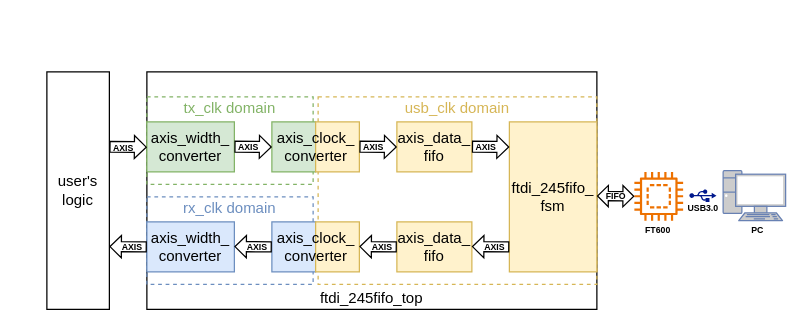
This is page "USB" (2 of 2) of flow_chart/框图.drawio from hjh0920/vscode_web, a draw.io file, before an edit. Source tidied: cells renumbered, new cells numbered last; positions are measured from the earlier drawing's top-left corner, leaving out a move shared by most shapes. Both pictures are drawn from the tidied source at 125%, with x=0, y=0 at pixel (46, 71).
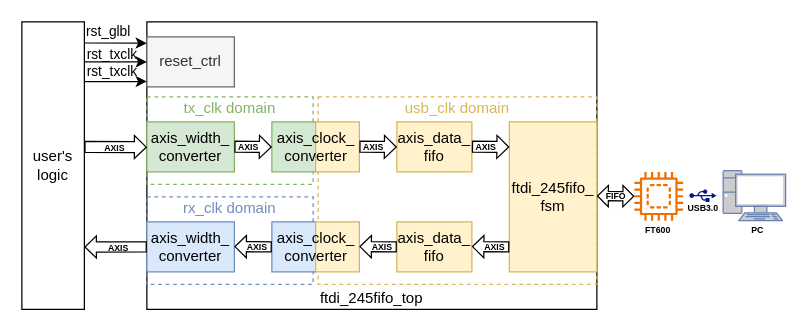
Above is the later version.

The change refers to these unchanged cells:
```xml
<mxCell id="7" value="axis_width_&lt;div&gt;converter&lt;/div&gt;" style="rounded=0;whiteSpace=wrap;html=1;fillColor=#dae8fc;strokeColor=#6c8ebf;" parent="1" vertex="1">
  <mxGeometry x="80" y="120" width="70" height="40" as="geometry" />
</mxCell>
```

Change to the diagram source:
```diff
@@
     <mxCell id="2" value="ftdi_245fifo_top" style="rounded=0;whiteSpace=wrap;html=1;fillColor=none;align=center;verticalAlign=bottom;fontSize=12;spacingTop=-5;" parent="1" vertex="1">
-      <mxGeometry x="80" width="360" height="190" as="geometry" />
+      <mxGeometry x="80" y="-40" width="360" height="230" as="geometry" />
     </mxCell>
@@
     <mxCell id="11" value="user's logic" style="rounded=0;whiteSpace=wrap;html=1;" parent="1" vertex="1">
-      <mxGeometry width="50" height="190" as="geometry" />
+      <mxGeometry x="-20" y="-40" width="50" height="230" as="geometry" />
     </mxCell>
@@
     <mxCell id="23" style="shape=flexArrow;endArrow=classic;html=1;rounded=0;endWidth=8.702222222222222;endSize=2.8285714285714287;width=8.70748299319728;" parent="1" edge="1">
       <mxGeometry relative="1" as="geometry">
-        <mxPoint x="50" y="59.9" as="sourcePoint" />
+        <mxPoint x="30" y="60" as="sourcePoint" />
         <mxPoint x="80" y="60.2" as="targetPoint" />
       </mxGeometry>
     </mxCell>
     <mxCell id="24" value="AXIS" style="edgeLabel;html=1;align=center;verticalAlign=middle;fontSize=7;labelBackgroundColor=none;fontStyle=1;" parent="23" vertex="1">
-      <mxGeometry x="-0.24" y="-1" relative="1" as="geometry" />
+      <mxGeometry x="-0.24" y="-1" relative="1" as="geometry">
+        <mxPoint x="5" as="offset" />
+      </mxGeometry>
     </mxCell>
-    <mxCell id="25" style="shape=flexArrow;endArrow=classic;html=1;rounded=0;endWidth=8.702222222222222;endSize=2.7045454545454546;width=8.068181818181818;exitX=0;exitY=0.5;exitDx=0;exitDy=0;" parent="1" edge="1" source="7">
-      <mxGeometry relative="1" as="geometry">
-        <mxPoint x="50" y="139.8" as="targetPoint" />
-      </mxGeometry>
+    <mxCell id="25" style="shape=flexArrow;endArrow=classic;html=1;rounded=0;endWidth=8.702222222222222;endSize=2.7045454545454546;width=8.068181818181818;exitX=0;exitY=0.5;exitDx=0;exitDy=0;entryX=1;entryY=0.783;entryDx=0;entryDy=0;entryPerimeter=0;" parent="1" edge="1" source="7" target="11">
+      <mxGeometry relative="1" as="geometry" />
     </mxCell>
     <mxCell id="26" value="AXIS" style="edgeLabel;html=1;align=center;verticalAlign=middle;fontSize=7;labelBackgroundColor=none;fontStyle=1;" parent="25" vertex="1">
       <mxGeometry x="0.04" y="1" relative="1" as="geometry">
-        <mxPoint x="4" as="offset" />
+        <mxPoint x="2" as="offset" />
       </mxGeometry>
     </mxCell>
@@
+    <mxCell id="44" value="&lt;div&gt;reset_ctrl&lt;/div&gt;" style="rounded=0;whiteSpace=wrap;html=1;fillColor=#f5f5f5;fontColor=#333333;strokeColor=#666666;" parent="1" vertex="1">
+      <mxGeometry x="80" y="-28" width="70" height="40" as="geometry" />
+    </mxCell>
+    <mxCell id="45" style="endArrow=classic;html=1;rounded=0;entryX=0;entryY=0.5;entryDx=0;entryDy=0;exitX=0.995;exitY=0.13;exitDx=0;exitDy=0;exitPerimeter=0;" parent="1" edge="1">
+      <mxGeometry relative="1" as="geometry">
+        <mxPoint x="29.8" y="-23.1" as="sourcePoint" />
+        <mxPoint x="80" y="-23" as="targetPoint" />
+      </mxGeometry>
+    </mxCell>
+    <mxCell id="46" value="rst_glbl" style="edgeLabel;html=1;align=center;verticalAlign=middle;labelBackgroundColor=none;" parent="45" vertex="1">
+      <mxGeometry x="-0.29" y="1" relative="1" as="geometry">
+        <mxPoint x="1" y="-8" as="offset" />
+      </mxGeometry>
+    </mxCell>
+    <mxCell id="47" style="endArrow=classic;html=1;rounded=0;entryX=0;entryY=0.5;entryDx=0;entryDy=0;exitX=0.995;exitY=0.13;exitDx=0;exitDy=0;exitPerimeter=0;" parent="1" edge="1">
+      <mxGeometry relative="1" as="geometry">
+        <mxPoint x="30" y="-8" as="sourcePoint" />
+        <mxPoint x="80" y="-8" as="targetPoint" />
+      </mxGeometry>
+    </mxCell>
+    <mxCell id="48" value="rst_txclk" style="edgeLabel;html=1;align=center;verticalAlign=middle;labelBackgroundColor=none;" parent="47" vertex="1">
+      <mxGeometry x="-0.29" y="1" relative="1" as="geometry">
+        <mxPoint x="3" y="-6" as="offset" />
+      </mxGeometry>
+    </mxCell>
+    <mxCell id="49" style="endArrow=classic;html=1;rounded=0;entryX=0;entryY=0.5;entryDx=0;entryDy=0;exitX=0.995;exitY=0.13;exitDx=0;exitDy=0;exitPerimeter=0;" parent="1" edge="1">
+      <mxGeometry relative="1" as="geometry">
+        <mxPoint x="30" y="7.7" as="sourcePoint" />
+        <mxPoint x="80" y="7.7" as="targetPoint" />
+      </mxGeometry>
+    </mxCell>
+    <mxCell id="50" value="rst_txclk" style="edgeLabel;html=1;align=center;verticalAlign=middle;labelBackgroundColor=none;" parent="49" vertex="1">
+      <mxGeometry x="-0.29" y="1" relative="1" as="geometry">
+        <mxPoint x="3" y="-7" as="offset" />
+      </mxGeometry>
+    </mxCell>
```
